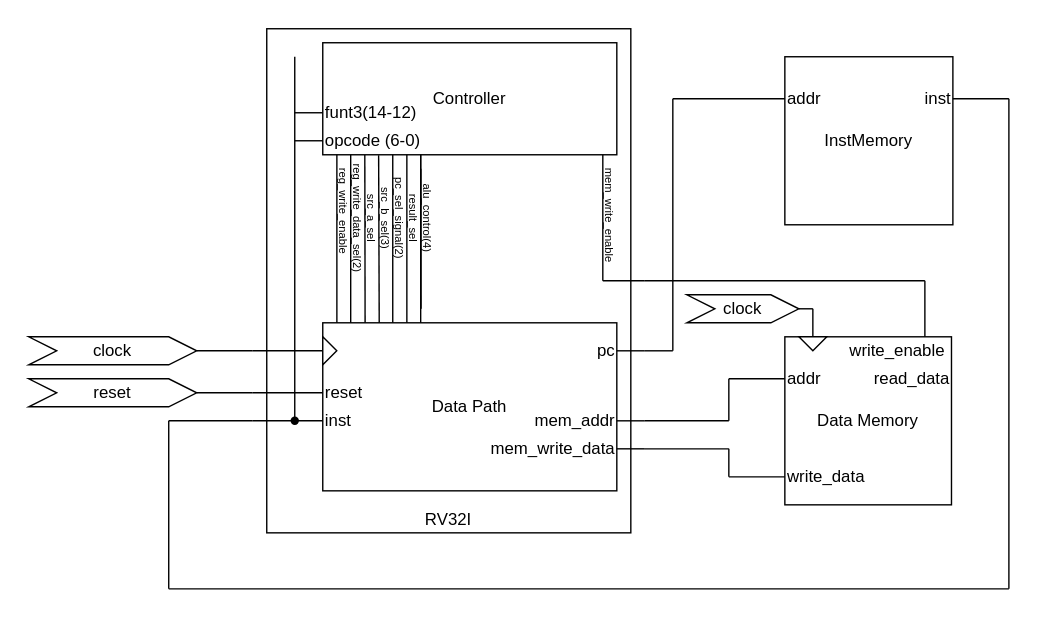
The draw.io diagram diagram-about.svg in Lan-t/my-risc-v-implement, before a commit. Source tidied: cells renumbered, new cells last; positions are measured from the earlier drawing's top-left corner, leaving out a move shared by most shapes.
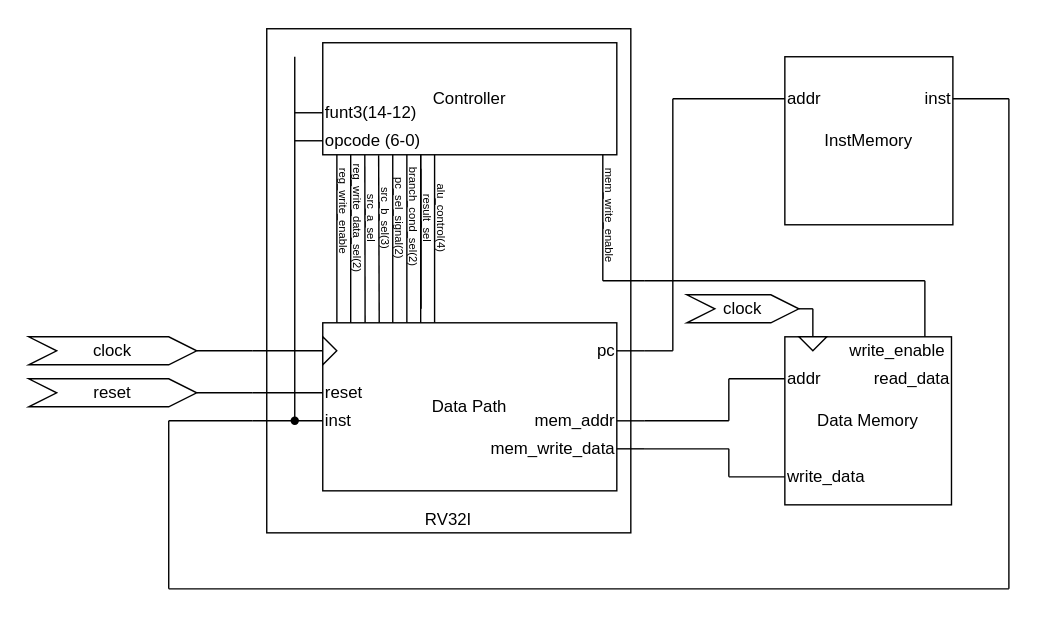
Above is the later version.

The edit, as a diff of the source:
```diff
@@ -224,10 +224,10 @@
       <mxGeometry x="70" y="125" width="70" height="20" as="geometry" />
     </mxCell>
     <mxCell id="55" value="result_sel" style="text;html=1;align=center;verticalAlign=middle;strokeColor=none;fillColor=none;rotation=90;fontSize=8;horizontal=1;" parent="36" vertex="1">
-      <mxGeometry x="90" y="125" width="50" height="20" as="geometry" />
+      <mxGeometry x="100" y="125" width="50" height="20" as="geometry" />
     </mxCell>
     <mxCell id="56" value="alu_control(4)" style="text;html=1;align=center;verticalAlign=middle;strokeColor=none;fillColor=none;rotation=90;fontSize=8;horizontal=1;" parent="36" vertex="1">
-      <mxGeometry x="95" y="125" width="60" height="20" as="geometry" />
+      <mxGeometry x="105" y="125" width="60" height="20" as="geometry" />
     </mxCell>
     <mxCell id="57" value="mem_write_enable" style="text;html=1;align=center;verticalAlign=middle;strokeColor=none;fillColor=none;rotation=90;fontSize=8;horizontal=1;" parent="36" vertex="1">
       <mxGeometry x="215" y="123" width="80" height="20" as="geometry" />
@@ -317,5 +317,11 @@
         <mxPoint x="280" y="280" as="targetPoint" />
       </mxGeometry>
     </mxCell>
+    <mxCell id="77" value="branch_cond_sel(2)" style="text;html=1;align=center;verticalAlign=middle;strokeColor=none;fillColor=none;rotation=90;fontSize=8;horizontal=1;" parent="36" vertex="1">
+      <mxGeometry x="70" y="124" width="90" height="20" as="geometry" />
+    </mxCell>
+    <mxCell id="78" style="endArrow=none;html=1;rounded=0;strokeColor=#000000;entryX=0.461;entryY=0.25;entryDx=0;entryDy=0;entryPerimeter=0;exitX=0.461;exitY=0.583;exitDx=0;exitDy=0;exitPerimeter=0;" parent="36" edge="1" source="37" target="37">
+      <mxGeometry relative="1" as="geometry" />
+    </mxCell>
   </root>
 </mxGraphModel>
```
